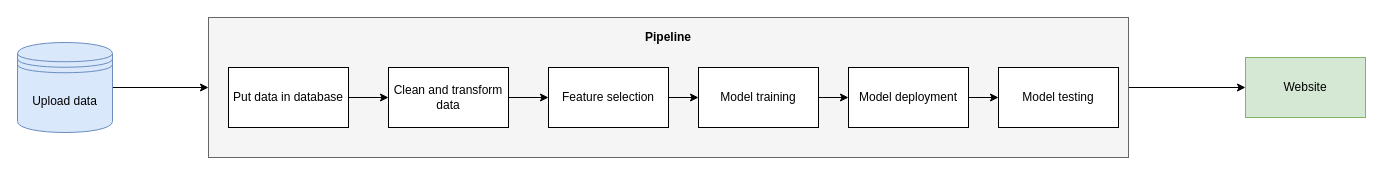
bmaelum/ml_pipeline keeps this draw.io diagram as Diagrams/customer_flow/customer_flow.drawio. Above is the earlier version. Source tidied: cells renumbered, new cells numbered last; positions are measured from the earlier drawing's top-left corner, leaving out a move shared by most shapes. Both pictures are drawn from the tidied source at 100%, with x=0, y=0 at pixel (17, 17).
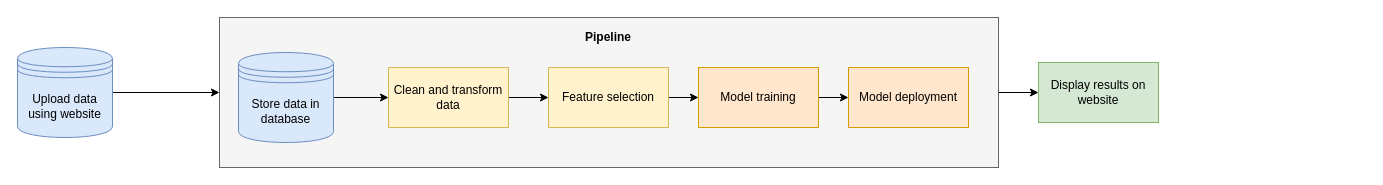
Above is the later version.

Commit message (it also covers changes not shown here):
Added customer flow diagram

What changed in the source:
```diff
@@
 <mxGraphModel>
   <root>
     <mxCell id="0" />
     <mxCell id="1" parent="0" />
     <mxCell id="2" style="edgeStyle=orthogonalEdgeStyle;rounded=0;jettySize=auto;html=1;exitX=1;exitY=0.5;exitDx=0;exitDy=0;entryX=0;entryY=0.5;entryDx=0;entryDy=0;" parent="1" edge="1" source="3" target="15">
       <mxGeometry relative="1" as="geometry" />
     </mxCell>
     <mxCell id="3" style="rounded=0;whiteSpace=wrap;html=1;fillColor=#f5f5f5;strokeColor=#666666;fontColor=#333333;" parent="1" vertex="1">
-      <mxGeometry x="191" width="920" height="140" as="geometry" />
+      <mxGeometry x="202" width="779" height="150" as="geometry" />
     </mxCell>
-    <mxCell id="4" style="edgeStyle=orthogonalEdgeStyle;rounded=0;jettySize=auto;html=1;" parent="1" edge="1" source="5" target="7">
-      <mxGeometry relative="1" as="geometry" />
-    </mxCell>
-    <mxCell id="5" value="Put data in database" style="rounded=0;whiteSpace=wrap;html=1;" parent="1" vertex="1">
-      <mxGeometry x="211" y="50" width="120" height="60" as="geometry" />
-    </mxCell>
     <mxCell id="6" style="edgeStyle=orthogonalEdgeStyle;rounded=0;jettySize=auto;html=1;" parent="1" edge="1" source="7" target="9">
       <mxGeometry relative="1" as="geometry" />
     </mxCell>
-    <mxCell id="7" value="Clean and transform data" style="rounded=0;whiteSpace=wrap;html=1;" parent="1" vertex="1">
+    <mxCell id="7" value="Clean and transform data" style="rounded=0;whiteSpace=wrap;html=1;fillColor=#fff2cc;strokeColor=#d6b656;" parent="1" vertex="1">
       <mxGeometry x="371" y="50" width="120" height="60" as="geometry" />
     </mxCell>
     <mxCell id="8" style="edgeStyle=orthogonalEdgeStyle;rounded=0;jettySize=auto;html=1;" parent="1" edge="1" source="9" target="11">
       <mxGeometry relative="1" as="geometry" />
     </mxCell>
-    <mxCell id="9" value="Feature selection" style="rounded=0;whiteSpace=wrap;html=1;" parent="1" vertex="1">
+    <mxCell id="9" value="Feature selection" style="rounded=0;whiteSpace=wrap;html=1;fillColor=#fff2cc;strokeColor=#d6b656;" parent="1" vertex="1">
       <mxGeometry x="531" y="50" width="120" height="60" as="geometry" />
     </mxCell>
     <mxCell id="10" style="edgeStyle=orthogonalEdgeStyle;rounded=0;jettySize=auto;html=1;" parent="1" edge="1" source="11" target="13">
       <mxGeometry relative="1" as="geometry" />
     </mxCell>
-    <mxCell id="11" value="Model training" style="rounded=0;whiteSpace=wrap;html=1;" parent="1" vertex="1">
+    <mxCell id="11" value="Model training" style="rounded=0;whiteSpace=wrap;html=1;fillColor=#ffe6cc;strokeColor=#d79b00;" parent="1" vertex="1">
       <mxGeometry x="681" y="50" width="120" height="60" as="geometry" />
     </mxCell>
-    <mxCell id="12" style="edgeStyle=orthogonalEdgeStyle;rounded=0;jettySize=auto;html=1;" parent="1" edge="1" source="13" target="14">
-      <mxGeometry relative="1" as="geometry" />
-    </mxCell>
-    <mxCell id="13" value="Model deployment" style="rounded=0;whiteSpace=wrap;html=1;" parent="1" vertex="1">
+    <mxCell id="13" value="Model deployment" style="rounded=0;whiteSpace=wrap;html=1;fillColor=#ffe6cc;strokeColor=#d79b00;" parent="1" vertex="1">
       <mxGeometry x="831" y="50" width="120" height="60" as="geometry" />
     </mxCell>
-    <mxCell id="14" value="Model testing" style="rounded=0;whiteSpace=wrap;html=1;" parent="1" vertex="1">
-      <mxGeometry x="981" y="50" width="120" height="60" as="geometry" />
-    </mxCell>
-    <mxCell id="15" value="Website" style="rounded=0;whiteSpace=wrap;html=1;fillColor=#d5e8d4;strokeColor=#82b366;" parent="1" vertex="1">
-      <mxGeometry x="1228" y="40" width="120" height="60" as="geometry" />
+    <mxCell id="15" value="Display results on website" style="rounded=0;whiteSpace=wrap;html=1;fillColor=#d5e8d4;strokeColor=#82b366;" parent="1" vertex="1">
+      <mxGeometry x="1021" y="45" width="120" height="60" as="geometry" />
     </mxCell>
     <mxCell id="16" value="&lt;b&gt;Pipeline&lt;/b&gt;" style="text;html=1;strokeColor=none;fillColor=none;align=center;verticalAlign=middle;whiteSpace=wrap;rounded=0;" parent="1" vertex="1">
-      <mxGeometry x="631" y="10" width="40" height="20" as="geometry" />
+      <mxGeometry x="571" y="10" width="40" height="20" as="geometry" />
     </mxCell>
     <mxCell id="17" style="edgeStyle=orthogonalEdgeStyle;rounded=0;jettySize=auto;html=1;exitX=1;exitY=0.5;exitDx=0;exitDy=0;entryX=0;entryY=0.5;entryDx=0;entryDy=0;" parent="1" edge="1" source="18" target="3">
       <mxGeometry relative="1" as="geometry" />
     </mxCell>
-    <mxCell id="18" value="Upload data" style="shape=datastore;whiteSpace=wrap;html=1;fillColor=#dae8fc;strokeColor=#6c8ebf;" parent="1" vertex="1">
-      <mxGeometry y="25" width="95" height="90" as="geometry" />
+    <mxCell id="18" value="Upload data using website" style="shape=datastore;whiteSpace=wrap;html=1;fillColor=#dae8fc;strokeColor=#6c8ebf;" parent="1" vertex="1">
+      <mxGeometry y="30" width="95" height="90" as="geometry" />
     </mxCell>
+    <mxCell id="19" style="edgeStyle=orthogonalEdgeStyle;rounded=0;jettySize=auto;html=1;exitX=1;exitY=0.5;exitDx=0;exitDy=0;entryX=0;entryY=0.5;entryDx=0;entryDy=0;" parent="1" edge="1" source="20" target="7">
+      <mxGeometry relative="1" as="geometry" />
+    </mxCell>
+    <mxCell id="20" value="Store data in database" style="shape=datastore;whiteSpace=wrap;html=1;fillColor=#dae8fc;strokeColor=#6c8ebf;" parent="1" vertex="1">
+      <mxGeometry x="221" y="35" width="95" height="90" as="geometry" />
+    </mxCell>
   </root>
 </mxGraphModel>
```
